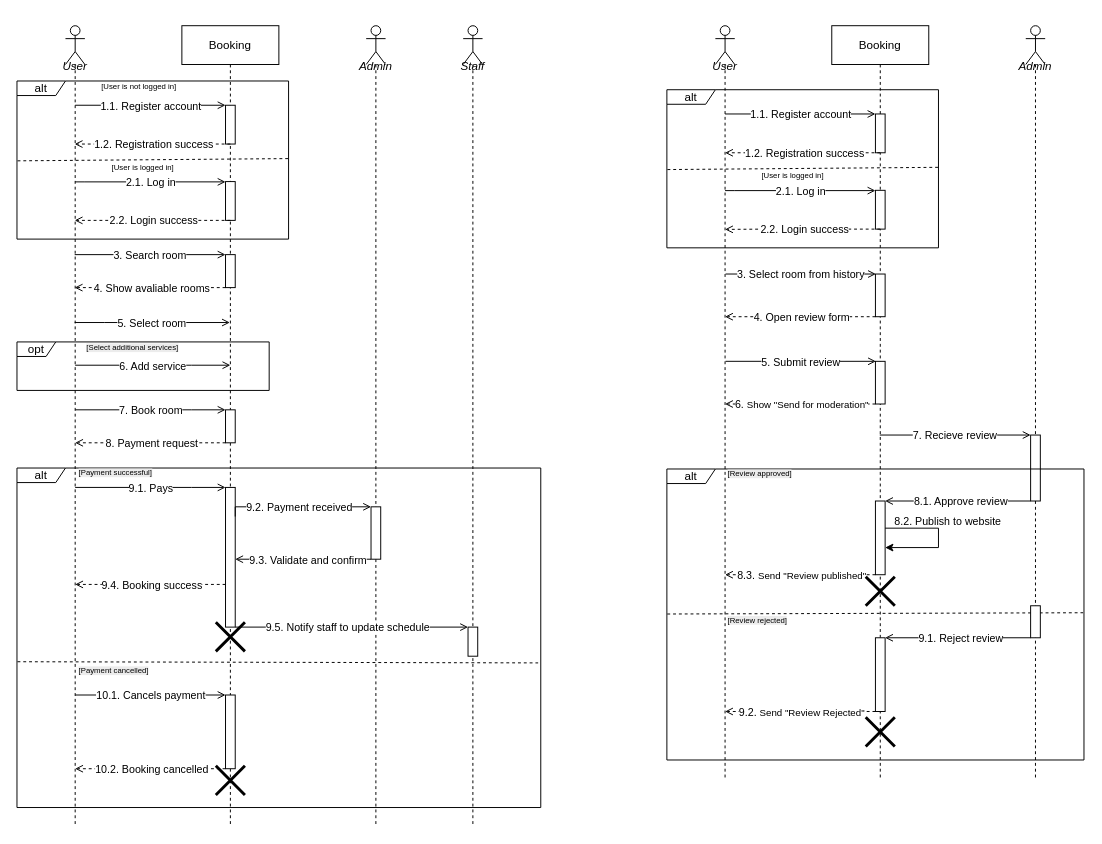
Before: Lab3/Sequence Diagram.drawio in M1RVKL/MavpoLabs, a draw.io diagram. Source tidied: cells renumbered, new cells numbered last; positions are measured from the earlier drawing's top-left corner, leaving out a move shared by most shapes. Both pictures are drawn from the tidied source at 97%, with x=0, y=0 at pixel (16, 25).
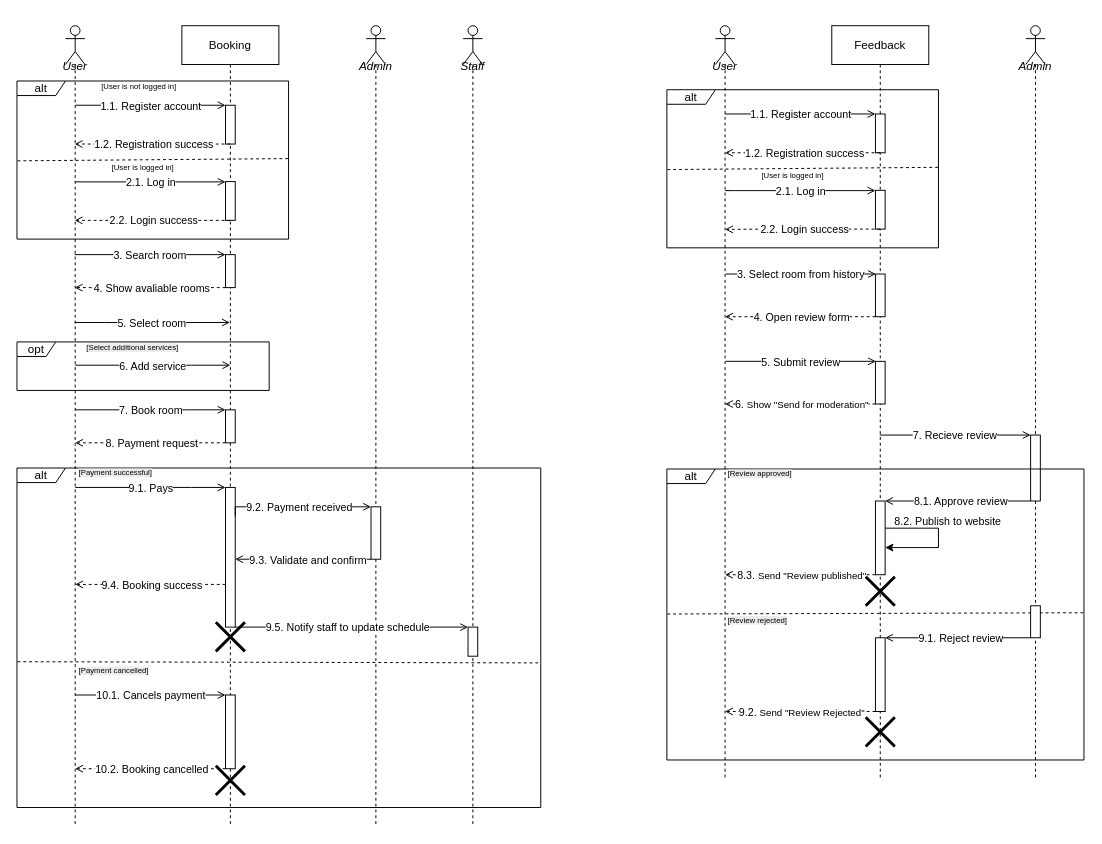
After the change.

Diff of the diagram source:
```diff
@@
-    <mxCell id="63" value="Booking" style="shape=umlLifeline;perimeter=lifelinePerimeter;whiteSpace=wrap;html=1;outlineConnect=0;portConstraint=eastwest;newEdgeStyle={&quot;curved&quot;:0,&quot;rounded&quot;:0};" parent="1" vertex="1">
+    <mxCell id="63" value="Feedback" style="shape=umlLifeline;perimeter=lifelinePerimeter;whiteSpace=wrap;html=1;outlineConnect=0;portConstraint=eastwest;newEdgeStyle={&quot;curved&quot;:0,&quot;rounded&quot;:0};" parent="1" vertex="1">
       <mxGeometry x="840" width="100" height="776" as="geometry" />
     </mxCell>
```
